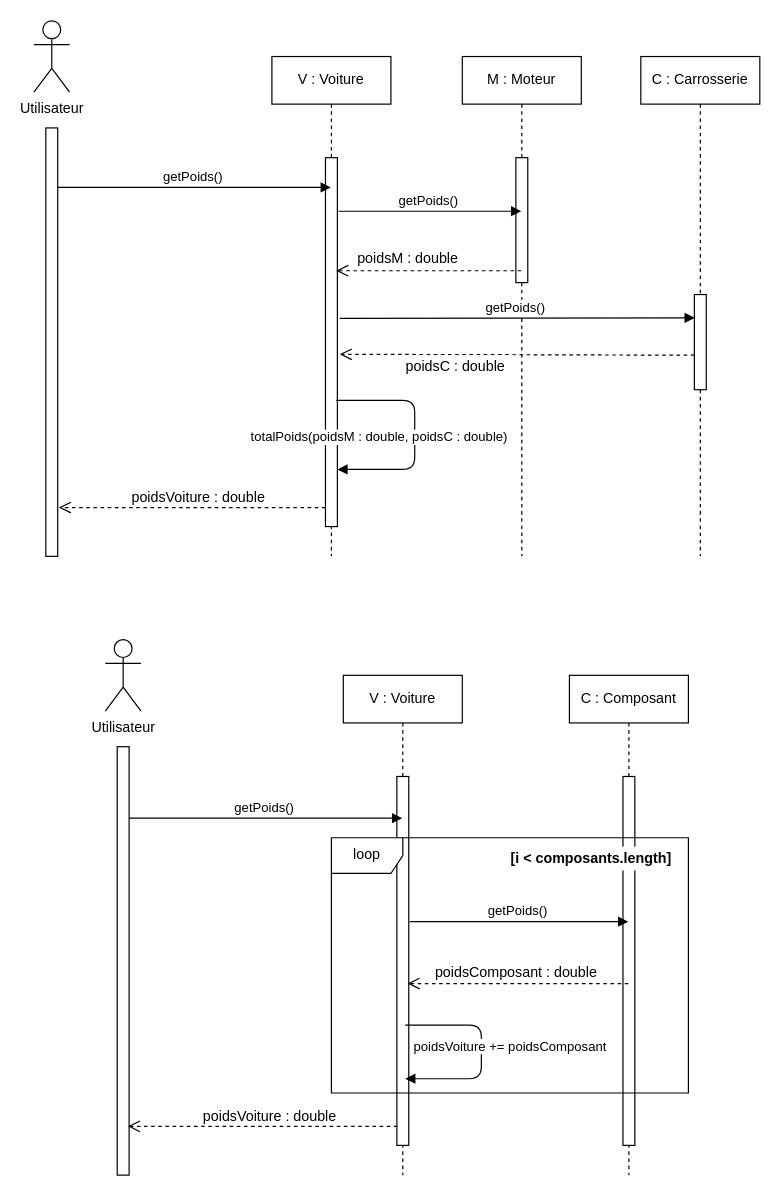
This is page "Exo3" (3 of 8) of DM3.drawio from adambdj/uml, a draw.io file, before an edit. Source tidied: cells renumbered, new cells numbered last; positions are measured from the earlier drawing's top-left corner, leaving out a move shared by most shapes. Both pictures are drawn from the tidied source at 119%, with x=0, y=0 at pixel (33, 20).
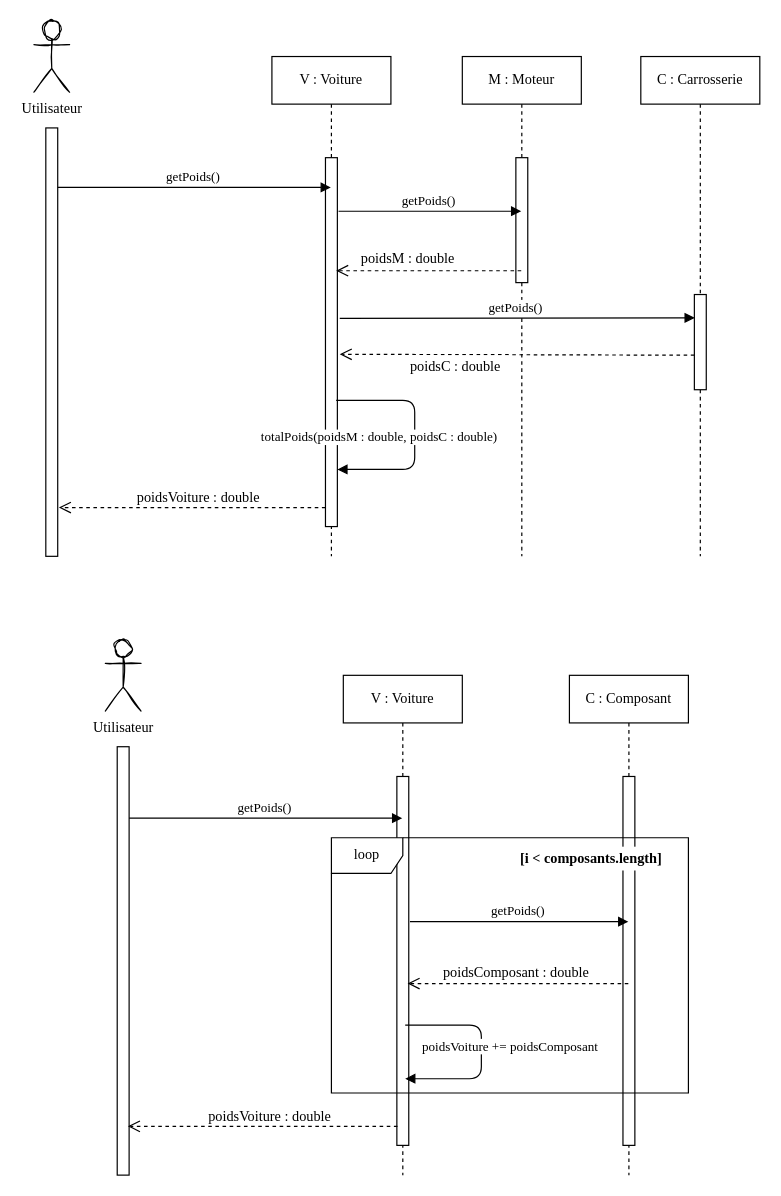
The same diagram, later.

Diff of the diagram source:
```diff
@@
-    <mxCell id="2" value="Utilisateur" style="shape=umlActor;verticalLabelPosition=bottom;verticalAlign=top;html=1;" parent="1" vertex="1">
+    <mxCell id="2" value="Utilisateur" style="shape=umlActor;verticalLabelPosition=bottom;verticalAlign=top;html=1;fontFamily=Garamond;sketch=1;" parent="1" vertex="1">
       <mxGeometry width="30" height="60" as="geometry" />
     </mxCell>
-    <mxCell id="3" style="html=1;perimeter=orthogonalPerimeter;" parent="1" vertex="1">
+    <mxCell id="3" style="html=1;perimeter=orthogonalPerimeter;fontFamily=Garamond;" parent="1" vertex="1">
       <mxGeometry x="10" y="90" width="10" height="360" as="geometry" />
     </mxCell>
-    <mxCell id="4" value="V : Voiture" style="shape=umlLifeline;perimeter=lifelinePerimeter;whiteSpace=wrap;html=1;" parent="1" vertex="1">
+    <mxCell id="4" value="V : Voiture" style="shape=umlLifeline;perimeter=lifelinePerimeter;whiteSpace=wrap;html=1;fontFamily=Garamond;" parent="1" vertex="1">
       <mxGeometry x="200" y="30" width="100" height="420" as="geometry" />
     </mxCell>
-    <mxCell id="5" style="html=1;points=[];perimeter=orthogonalPerimeter;" parent="4" vertex="1">
+    <mxCell id="5" style="html=1;points=[];perimeter=orthogonalPerimeter;fontFamily=Garamond;" parent="4" vertex="1">
       <mxGeometry x="45" y="85" width="10" height="310" as="geometry" />
     </mxCell>
-    <mxCell id="6" value="getPoids()&amp;nbsp;" style="html=1;verticalAlign=bottom;endArrow=block;" parent="1" edge="1">
+    <mxCell id="6" value="getPoids()&amp;nbsp;" style="html=1;verticalAlign=bottom;endArrow=block;fontFamily=Garamond;" parent="1" edge="1">
       <mxGeometry relative="1" as="geometry">
         <mxPoint x="20" y="140" as="sourcePoint" />
         <mxPoint x="249.5" y="140" as="targetPoint" />
       </mxGeometry>
     </mxCell>
-    <mxCell id="7" style="html=1;verticalAlign=bottom;endArrow=open;dashed=1;endSize=8;entryX=1.3;entryY=0.886;entryDx=0;entryDy=0;entryPerimeter=0;" parent="1" edge="1" source="5">
+    <mxCell id="7" style="html=1;verticalAlign=bottom;endArrow=open;dashed=1;endSize=8;entryX=1.3;entryY=0.886;entryDx=0;entryDy=0;entryPerimeter=0;fontFamily=Garamond;" parent="1" edge="1" source="5">
       <mxGeometry relative="1" as="geometry">
         <mxPoint x="21" y="409" as="targetPoint" />
       </mxGeometry>
     </mxCell>
-    <mxCell id="8" value="poidsVoiture : double" style="text;html=1;align=center;verticalAlign=middle;" parent="1" vertex="1">
-      <mxGeometry x="73" y="391" width="130" height="20" as="geometry" />
+    <mxCell id="8" value="poidsVoiture : double" style="text;html=1;align=center;verticalAlign=middle;fontFamily=Garamond;" parent="1" vertex="1">
+      <mxGeometry x="78" y="391" width="120" height="20" as="geometry" />
     </mxCell>
-    <mxCell id="9" value="M : Moteur" style="shape=umlLifeline;perimeter=lifelinePerimeter;whiteSpace=wrap;html=1;" parent="1" vertex="1">
+    <mxCell id="9" value="M : Moteur" style="shape=umlLifeline;perimeter=lifelinePerimeter;whiteSpace=wrap;html=1;fontFamily=Garamond;" parent="1" vertex="1">
       <mxGeometry x="360" y="30" width="100" height="420" as="geometry" />
     </mxCell>
-    <mxCell id="10" style="html=1;perimeter=orthogonalPerimeter;" parent="9" vertex="1">
+    <mxCell id="10" style="html=1;perimeter=orthogonalPerimeter;fontFamily=Garamond;" parent="9" vertex="1">
       <mxGeometry x="45" y="85" width="10" height="105" as="geometry" />
     </mxCell>
-    <mxCell id="11" value="C : Carrosserie" style="shape=umlLifeline;perimeter=lifelinePerimeter;whiteSpace=wrap;html=1;" parent="1" vertex="1">
+    <mxCell id="11" value="C : Carrosserie" style="shape=umlLifeline;perimeter=lifelinePerimeter;whiteSpace=wrap;html=1;fontFamily=Garamond;" parent="1" vertex="1">
       <mxGeometry x="510" y="30" width="100" height="420" as="geometry" />
     </mxCell>
-    <mxCell id="12" style="html=1;perimeter=orthogonalPerimeter;" parent="11" vertex="1">
+    <mxCell id="12" style="html=1;perimeter=orthogonalPerimeter;fontFamily=Garamond;" parent="11" vertex="1">
       <mxGeometry x="45" y="200" width="10" height="80" as="geometry" />
     </mxCell>
-    <mxCell id="13" value="getPoids()&amp;nbsp;" style="html=1;verticalAlign=bottom;endArrow=block;" parent="1" edge="1">
+    <mxCell id="13" value="getPoids()&amp;nbsp;" style="html=1;verticalAlign=bottom;endArrow=block;fontFamily=Garamond;" parent="1" edge="1">
       <mxGeometry relative="1" as="geometry">
         <mxPoint x="256" y="160" as="sourcePoint" />
         <mxPoint x="409.5" y="160" as="targetPoint" />
       </mxGeometry>
     </mxCell>
-    <mxCell id="14" value="getPoids()&amp;nbsp;" style="html=1;verticalAlign=bottom;endArrow=block;entryX=0.035;entryY=0.245;entryDx=0;entryDy=0;entryPerimeter=0;" parent="1" edge="1">
+    <mxCell id="14" value="getPoids()&amp;nbsp;" style="html=1;verticalAlign=bottom;endArrow=block;entryX=0.035;entryY=0.245;entryDx=0;entryDy=0;entryPerimeter=0;fontFamily=Garamond;" parent="1" edge="1">
       <mxGeometry relative="1" as="geometry">
         <mxPoint x="257" y="250.1" as="sourcePoint" />
         <mxPoint x="555.3" y="249.6" as="targetPoint" />
       </mxGeometry>
     </mxCell>
-    <mxCell id="15" style="html=1;verticalAlign=bottom;endArrow=open;dashed=1;endSize=8;" parent="1" edge="1">
+    <mxCell id="15" style="html=1;verticalAlign=bottom;endArrow=open;dashed=1;endSize=8;fontFamily=Garamond;" parent="1" edge="1">
       <mxGeometry relative="1" as="geometry">
         <mxPoint x="409.5" y="210" as="sourcePoint" />
         <mxPoint x="254" y="210" as="targetPoint" />
       </mxGeometry>
     </mxCell>
-    <mxCell id="16" value="poidsM : double" style="text;html=1;align=center;verticalAlign=middle;" parent="1" vertex="1">
-      <mxGeometry x="264" y="190" width="100" height="20" as="geometry" />
+    <mxCell id="16" value="poidsM : double" style="text;html=1;align=center;verticalAlign=middle;fontFamily=Garamond;" parent="1" vertex="1">
+      <mxGeometry x="269" y="190" width="90" height="20" as="geometry" />
     </mxCell>
-    <mxCell id="17" style="html=1;verticalAlign=bottom;endArrow=open;dashed=1;endSize=8;entryX=1.2;entryY=0.565;entryDx=0;entryDy=0;entryPerimeter=0;exitX=0;exitY=0.763;exitDx=0;exitDy=0;exitPerimeter=0;" parent="1" edge="1">
+    <mxCell id="17" style="html=1;verticalAlign=bottom;endArrow=open;dashed=1;endSize=8;entryX=1.2;entryY=0.565;entryDx=0;entryDy=0;entryPerimeter=0;exitX=0;exitY=0.763;exitDx=0;exitDy=0;exitPerimeter=0;fontFamily=Garamond;" parent="1" edge="1">
       <mxGeometry relative="1" as="geometry">
         <mxPoint x="555" y="281" as="sourcePoint" />
         <mxPoint x="257" y="280.2" as="targetPoint" />
       </mxGeometry>
     </mxCell>
-    <mxCell id="18" value="poidsC : double" style="text;html=1;align=center;verticalAlign=middle;fillColor=#ffffff;" parent="1" vertex="1">
-      <mxGeometry x="304" y="281" width="100" height="20" as="geometry" />
+    <mxCell id="18" value="poidsC : double" style="text;html=1;align=center;verticalAlign=middle;fillColor=#ffffff;fontFamily=Garamond;" parent="1" vertex="1">
+      <mxGeometry x="309" y="281" width="90" height="20" as="geometry" />
     </mxCell>
-    <mxCell id="19" value="totalPoids(poidsM : double, poidsC : double)" style="html=1;verticalAlign=bottom;endArrow=block;exitX=0.9;exitY=0.755;exitDx=0;exitDy=0;exitPerimeter=0;entryX=1;entryY=0.942;entryDx=0;entryDy=0;entryPerimeter=0;" parent="1" edge="1">
+    <mxCell id="19" value="totalPoids(poidsM : double, poidsC : double)" style="html=1;verticalAlign=bottom;endArrow=block;exitX=0.9;exitY=0.755;exitDx=0;exitDy=0;exitPerimeter=0;entryX=1;entryY=0.942;entryDx=0;entryDy=0;entryPerimeter=0;fontFamily=Garamond;" parent="1" edge="1">
       <mxGeometry x="0.12" y="-30" relative="1" as="geometry">
         <mxPoint x="254" y="319" as="sourcePoint" />
         <mxPoint x="255" y="377" as="targetPoint" />
         <Array as="points">
           <mxPoint x="320" y="319" />
           <mxPoint x="320" y="377" />
         </Array>
       </mxGeometry>
     </mxCell>
-    <mxCell id="20" value="Utilisateur" style="shape=umlActor;verticalLabelPosition=bottom;verticalAlign=top;html=1;" parent="1" vertex="1">
+    <mxCell id="20" value="Utilisateur" style="shape=umlActor;verticalLabelPosition=bottom;verticalAlign=top;html=1;fontFamily=Garamond;sketch=1;" parent="1" vertex="1">
       <mxGeometry x="60" y="520" width="30" height="60" as="geometry" />
     </mxCell>
-    <mxCell id="21" style="html=1;perimeter=orthogonalPerimeter;" parent="1" vertex="1">
+    <mxCell id="21" style="html=1;perimeter=orthogonalPerimeter;fontFamily=Garamond;" parent="1" vertex="1">
       <mxGeometry x="70" y="610" width="10" height="360" as="geometry" />
     </mxCell>
-    <mxCell id="22" value="V : Voiture" style="shape=umlLifeline;perimeter=lifelinePerimeter;whiteSpace=wrap;html=1;outlineConnect=0;" parent="1" vertex="1">
+    <mxCell id="22" value="V : Voiture" style="shape=umlLifeline;perimeter=lifelinePerimeter;whiteSpace=wrap;html=1;outlineConnect=0;fontFamily=Garamond;" parent="1" vertex="1">
       <mxGeometry x="260" y="550" width="100" height="420" as="geometry" />
     </mxCell>
-    <mxCell id="23" style="html=1;perimeter=orthogonalPerimeter;" parent="22" vertex="1">
+    <mxCell id="23" style="html=1;perimeter=orthogonalPerimeter;fontFamily=Garamond;" parent="22" vertex="1">
       <mxGeometry x="45" y="85" width="10" height="310" as="geometry" />
     </mxCell>
-    <mxCell id="24" value="getPoids()&amp;nbsp;" style="html=1;verticalAlign=bottom;endArrow=block;" parent="1" edge="1" target="22">
+    <mxCell id="24" value="getPoids()&amp;nbsp;" style="html=1;verticalAlign=bottom;endArrow=block;fontFamily=Garamond;" parent="1" edge="1" target="22">
       <mxGeometry relative="1" as="geometry">
         <mxPoint x="80" y="670" as="sourcePoint" />
       </mxGeometry>
     </mxCell>
-    <mxCell id="25" style="html=1;verticalAlign=bottom;endArrow=open;dashed=1;endSize=8;entryX=1.3;entryY=0.886;entryDx=0;entryDy=0;entryPerimeter=0;" parent="1" edge="1">
+    <mxCell id="25" style="html=1;verticalAlign=bottom;endArrow=open;dashed=1;endSize=8;entryX=1.3;entryY=0.886;entryDx=0;entryDy=0;entryPerimeter=0;fontFamily=Garamond;" parent="1" edge="1">
       <mxGeometry relative="1" as="geometry">
         <mxPoint x="305.5" y="929" as="sourcePoint" />
         <mxPoint x="79" y="929" as="targetPoint" />
       </mxGeometry>
     </mxCell>
-    <mxCell id="26" value="poidsVoiture : double" style="text;html=1;align=center;verticalAlign=middle;" parent="1" vertex="1">
-      <mxGeometry x="133" y="911" width="130" height="20" as="geometry" />
+    <mxCell id="26" value="poidsVoiture : double" style="text;html=1;align=center;verticalAlign=middle;fontFamily=Garamond;" parent="1" vertex="1">
+      <mxGeometry x="138" y="911" width="120" height="20" as="geometry" />
     </mxCell>
-    <mxCell id="27" value="C : Composant" style="shape=umlLifeline;perimeter=lifelinePerimeter;whiteSpace=wrap;html=1;" parent="1" vertex="1">
+    <mxCell id="27" value="C : Composant" style="shape=umlLifeline;perimeter=lifelinePerimeter;whiteSpace=wrap;html=1;fontFamily=Garamond;" parent="1" vertex="1">
       <mxGeometry x="450" y="550" width="100" height="420" as="geometry" />
     </mxCell>
-    <mxCell id="28" style="html=1;perimeter=orthogonalPerimeter;" parent="27" vertex="1">
+    <mxCell id="28" style="html=1;perimeter=orthogonalPerimeter;fontFamily=Garamond;" parent="27" vertex="1">
       <mxGeometry x="45" y="85" width="10" height="310" as="geometry" />
     </mxCell>
-    <mxCell id="29" value="loop" style="shape=umlFrame;whiteSpace=wrap;html=1;fillColor=#ffffff;" parent="1" vertex="1">
+    <mxCell id="29" value="loop" style="shape=umlFrame;whiteSpace=wrap;html=1;fillColor=#ffffff;fontFamily=Garamond;" parent="1" vertex="1">
       <mxGeometry x="250" y="686.5" width="300" height="214.5" as="geometry" />
     </mxCell>
-    <mxCell id="30" value="getPoids()&amp;nbsp;" style="html=1;verticalAlign=bottom;endArrow=block;" parent="1" edge="1">
+    <mxCell id="30" value="getPoids()&amp;nbsp;" style="html=1;verticalAlign=bottom;endArrow=block;fontFamily=Garamond;" parent="1" edge="1">
       <mxGeometry relative="1" as="geometry">
         <mxPoint x="316" y="757" as="sourcePoint" />
         <mxPoint x="499.5" y="757" as="targetPoint" />
       </mxGeometry>
     </mxCell>
-    <mxCell id="31" value="&lt;b&gt;[i &amp;lt; composants.length]&lt;/b&gt;" style="text;html=1;align=center;verticalAlign=middle;fillColor=#ffffff;" parent="1" vertex="1">
-      <mxGeometry x="393" y="694" width="150" height="20" as="geometry" />
+    <mxCell id="31" value="&lt;b&gt;[i &amp;lt; composants.length]&lt;/b&gt;" style="text;html=1;align=center;verticalAlign=middle;fillColor=#ffffff;fontFamily=Garamond;" parent="1" vertex="1">
+      <mxGeometry x="403" y="694" width="130" height="20" as="geometry" />
     </mxCell>
-    <mxCell id="32" style="html=1;verticalAlign=bottom;endArrow=open;dashed=1;endSize=8;entryX=0.123;entryY=0.898;entryDx=0;entryDy=0;entryPerimeter=0;" parent="1" edge="1">
+    <mxCell id="32" style="html=1;verticalAlign=bottom;endArrow=open;dashed=1;endSize=8;entryX=0.123;entryY=0.898;entryDx=0;entryDy=0;entryPerimeter=0;fontFamily=Garamond;" parent="1" edge="1">
       <mxGeometry relative="1" as="geometry">
         <mxPoint x="499.5" y="809" as="sourcePoint" />
         <mxPoint x="314" y="809" as="targetPoint" />
       </mxGeometry>
     </mxCell>
-    <mxCell id="33" value="poidsComposant : double" style="text;html=1;align=center;verticalAlign=middle;" parent="1" vertex="1">
-      <mxGeometry x="330" y="790" width="150" height="20" as="geometry" />
+    <mxCell id="33" value="poidsComposant : double" style="text;html=1;align=center;verticalAlign=middle;fontFamily=Garamond;" parent="1" vertex="1">
+      <mxGeometry x="335" y="790" width="140" height="20" as="geometry" />
     </mxCell>
-    <mxCell id="34" value="poidsVoiture += poidsComposant" style="html=1;verticalAlign=bottom;endArrow=block;entryX=1.1;entryY=0.9;entryDx=0;entryDy=0;entryPerimeter=0;" parent="1" edge="1">
+    <mxCell id="34" value="poidsVoiture += poidsComposant" style="html=1;verticalAlign=bottom;endArrow=block;entryX=1.1;entryY=0.9;entryDx=0;entryDy=0;entryPerimeter=0;fontFamily=Garamond;" parent="1" edge="1">
       <mxGeometry x="0.26" y="-30" relative="1" as="geometry">
         <mxPoint x="312" y="844" as="sourcePoint" />
         <mxPoint x="312" y="889" as="targetPoint" />
         <Array as="points">
           <mxPoint x="376" y="844" />
           <mxPoint x="376" y="889" />
         </Array>
         <mxPoint x="24" y="12" as="offset" />
       </mxGeometry>
     </mxCell>
```
